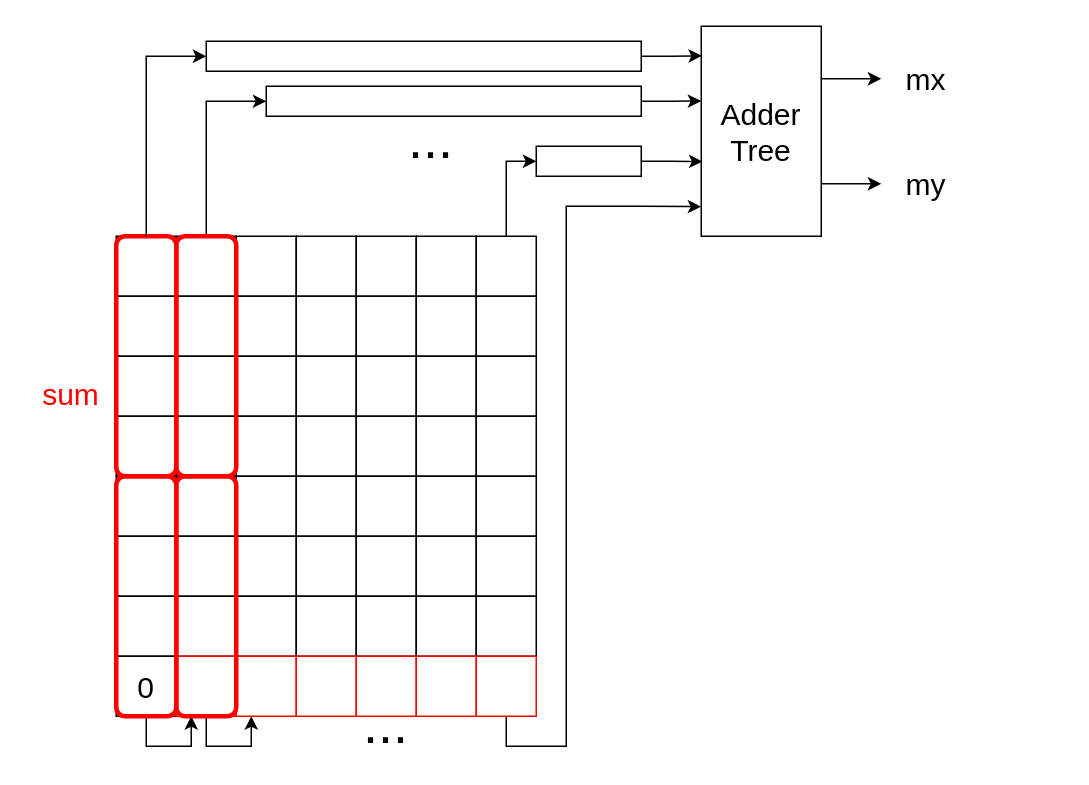
Above: page "Orientation Unit" (5 of 5) of Hardware_implementation/Diagram.drawio in FlyingFrank515/Visual-Odometry (draw.io), before the change. Source tidied: cells renumbered, new cells numbered last; positions are measured from the earlier drawing's top-left corner, leaving out a move shared by most shapes. Both pictures are drawn from the tidied source at 150%, with x=0, y=0 at pixel (26, 26).
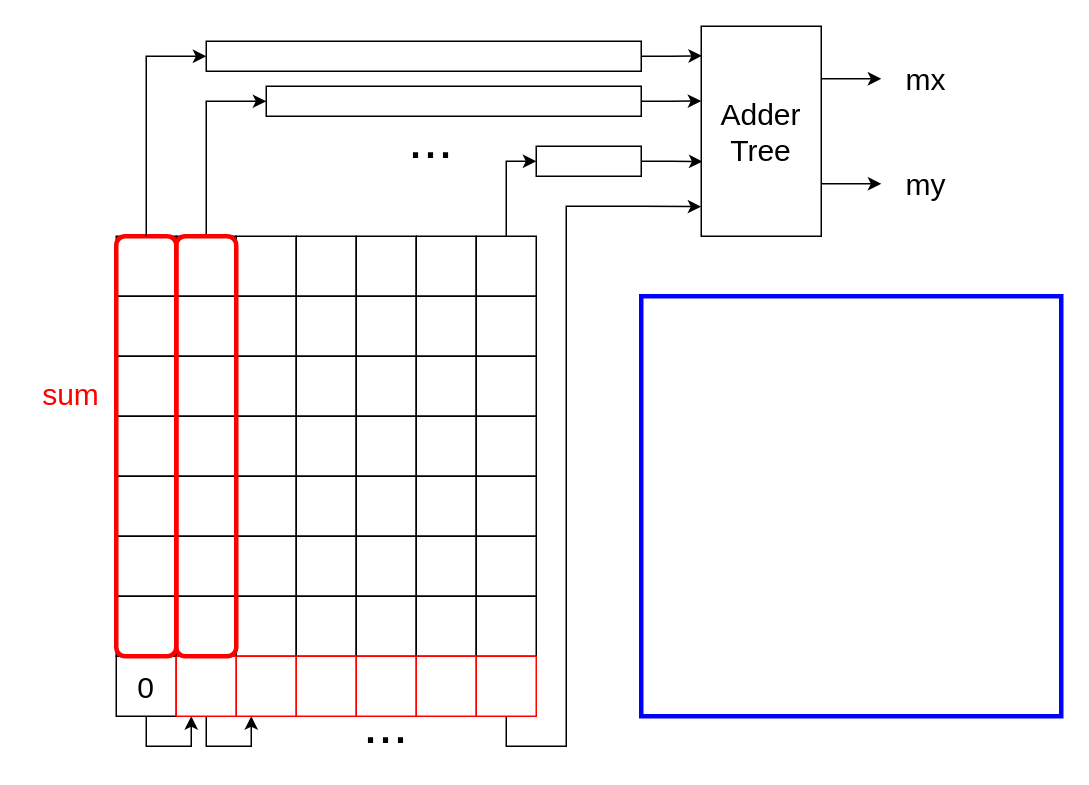
Above is the later version.

The change refers to these unchanged cells:
```xml
<mxCell id="68" style="rounded=0;whiteSpace=wrap;html=1;fontSize=20;fontColor=#FF0000;strokeColor=#FF0000;strokeWidth=1;fillColor=none;" parent="1" vertex="1">
  <mxGeometry x="100" y="420" width="40" height="40" as="geometry" />
</mxCell>
```

Diff of the diagram source:
```diff
@@
-    <mxCell id="53" style="edgeStyle=orthogonalEdgeStyle;rounded=0;jettySize=auto;html=1;exitX=0.5;exitY=1;exitDx=0;exitDy=0;entryX=0.25;entryY=1;entryDx=0;entryDy=0;fontSize=20;fontColor=#FF0000;" parent="1" edge="1" source="54" target="68">
+    <mxCell id="53" style="edgeStyle=orthogonalEdgeStyle;rounded=0;jettySize=auto;html=1;exitX=0.5;exitY=1;exitDx=0;exitDy=0;entryX=0.25;entryY=1;entryDx=0;entryDy=0;fontSize=20;fontColor=#FF0000;" parent="1" edge="1" target="68">
       <mxGeometry relative="1" as="geometry">
+        <mxPoint x="80" y="460" as="sourcePoint" />
         <Array as="points">
           <mxPoint x="80" y="480" />
           <mxPoint x="110" y="480" />
         </Array>
       </mxGeometry>
     </mxCell>
-    <mxCell id="54" style="rounded=1;whiteSpace=wrap;html=1;fontSize=20;fillColor=none;strokeColor=#FF0000;strokeWidth=3;" parent="1" vertex="1">
-      <mxGeometry x="60" y="300" width="40" height="160" as="geometry" />
-    </mxCell>
     <mxCell id="55" style="rounded=1;whiteSpace=wrap;html=1;fontSize=20;fillColor=none;strokeColor=#FF0000;strokeWidth=3;" parent="1" vertex="1">
-      <mxGeometry x="60" y="140" width="40" height="160" as="geometry" />
+      <mxGeometry x="60" y="140" width="40" height="280" as="geometry" />
     </mxCell>
@@
-    <mxCell id="65" style="rounded=1;whiteSpace=wrap;html=1;fontSize=20;fillColor=none;strokeColor=#FF0000;strokeWidth=3;" parent="1" vertex="1">
-      <mxGeometry x="100" y="140" width="40" height="160" as="geometry" />
-    </mxCell>
@@
-    <mxCell id="75" style="rounded=1;whiteSpace=wrap;html=1;fontSize=20;fillColor=none;strokeColor=#FF0000;strokeWidth=3;" parent="1" vertex="1">
-      <mxGeometry x="100" y="300" width="40" height="160" as="geometry" />
-    </mxCell>
@@
+    <mxCell id="82" style="rounded=0;whiteSpace=wrap;html=1;fillColor=none;strokeColor=#0000FF;strokeWidth=3;" parent="1" vertex="1">
+      <mxGeometry x="410" y="180" width="280" height="280" as="geometry" />
+    </mxCell>
+    <mxCell id="83" style="rounded=1;whiteSpace=wrap;html=1;fontSize=20;fillColor=none;strokeColor=#FF0000;strokeWidth=3;" parent="1" vertex="1">
+      <mxGeometry x="100" y="140" width="40" height="280" as="geometry" />
+    </mxCell>
```
